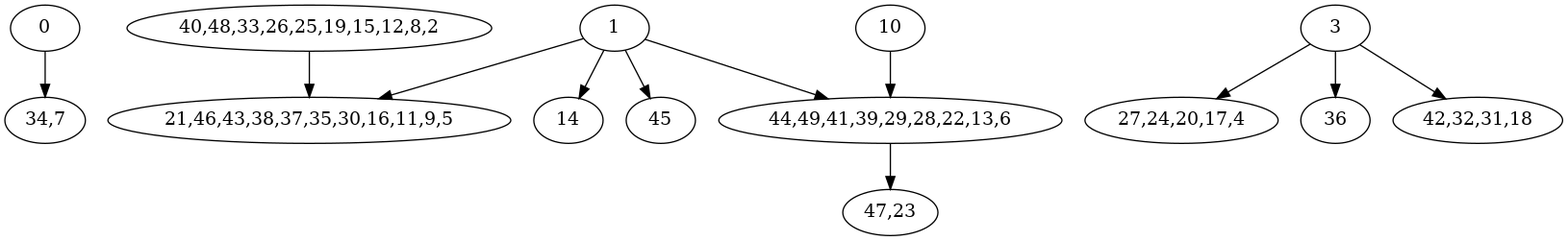
Earlier version of the Graphviz export Assignment_9/New_Implementation/dfs_compnent.png (kaushalmistry/DSLabAssignments). Its source is kept beside it as Assignment_9/New_Implementation/dfs_compnent.dot.
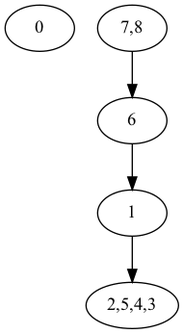
After the change.

Change to the diagram source:
```diff
@@ -1,27 +1,10 @@
 digraph g{
 0 [label = "0"];
 1 [label = "1"];
-3 [label = "3"];
-10 [label = "10"];
-14 [label = "14"];
-21 [label = "21,46,43,38,37,35,30,16,11,9,5"];
-27 [label = "27,24,20,17,4"];
-34 [label = "34,7"];
-36 [label = "36"];
-40 [label = "40,48,33,26,25,19,15,12,8,2"];
-42 [label = "42,32,31,18"];
-44 [label = "44,49,41,39,29,28,22,13,6"];
-45 [label = "45"];
-47 [label = "47,23"];
-0 -> 34;
-1 -> 44;
-1 -> 21;
-1 -> 45;
-1 -> 14;
-3 -> 42;
-3 -> 36;
-3 -> 27;
-10 -> 44;
-40 -> 21;
-44 -> 47;
+2 [label = "2,5,4,3"];
+6 [label = "6"];
+7 [label = "7,8"];
+1 -> 2;
+6 -> 1;
+7 -> 6;
 }
```
